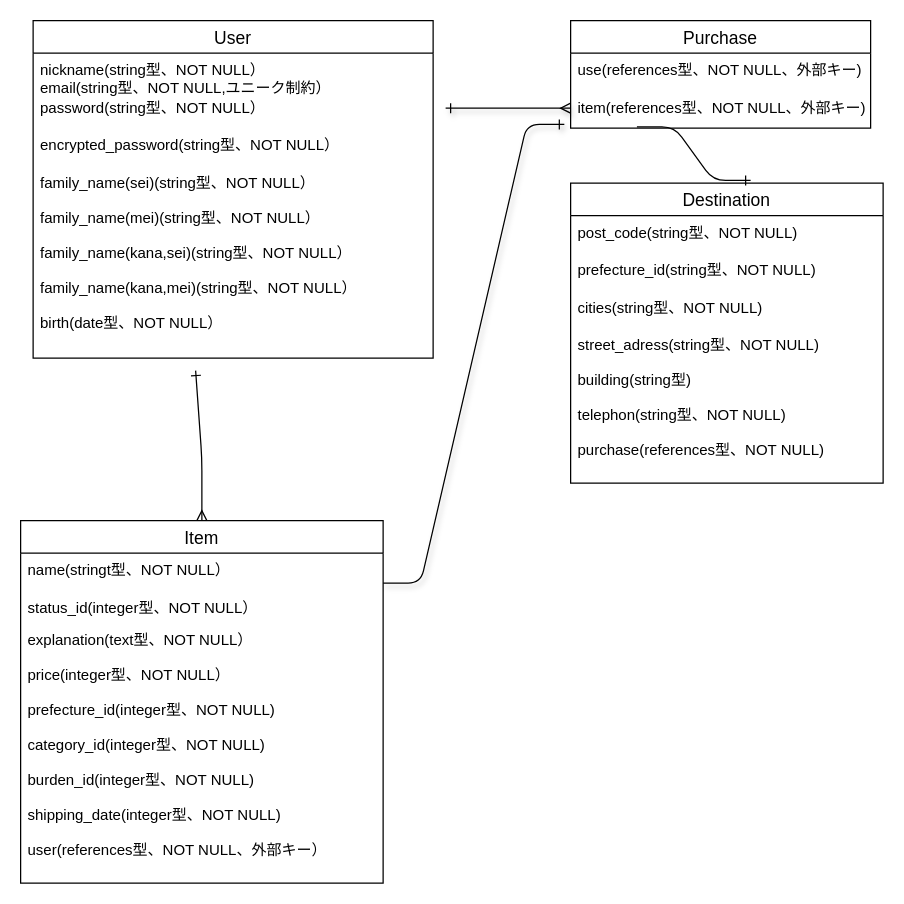
Before: test.dio in tenntenn6/furima-39959, a draw.io diagram. Source tidied: cells renumbered, new cells numbered last; positions are measured from the earlier drawing's top-left corner, leaving out a move shared by most shapes. Both pictures are drawn from the tidied source at 125%, with x=0, y=0 at pixel (20, 20).
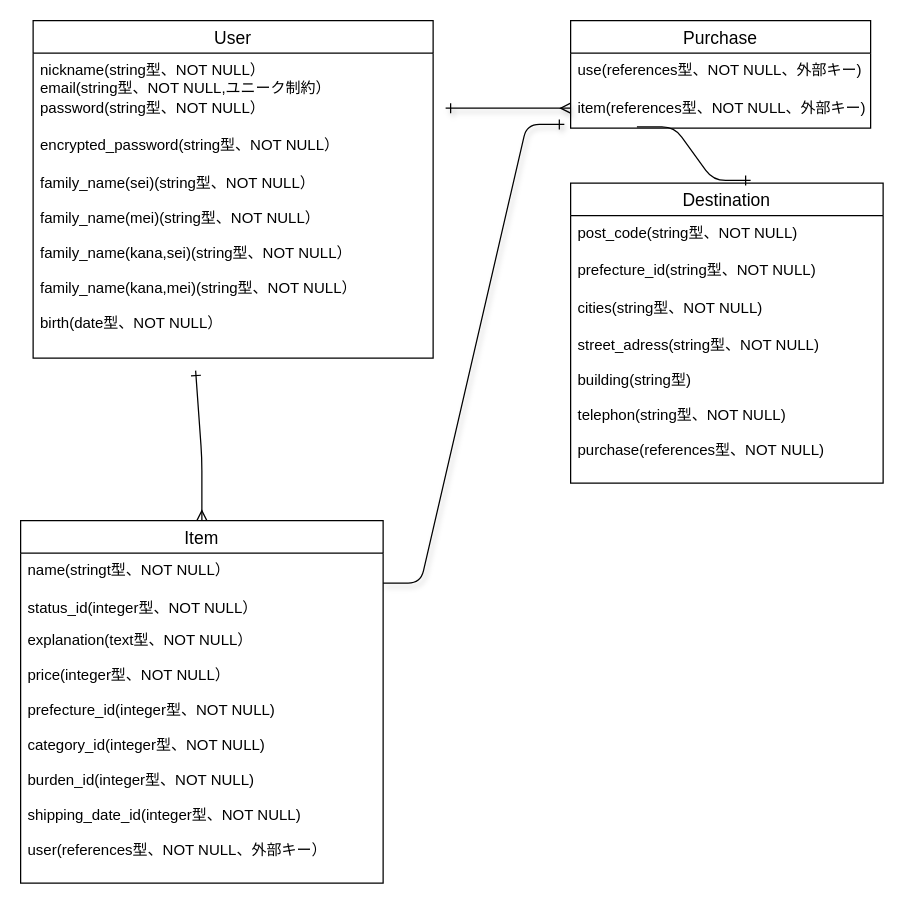
The same diagram, later.

The change refers to these unchanged cells:
```xml
<mxCell id="8" value="Item" style="swimlane;fontStyle=0;horizontal=1;startSize=26;align=center;fontSize=14;" parent="1" vertex="1">
  <mxGeometry y="400" width="290" height="290" as="geometry" />
</mxCell>
```

Diff of the diagram source:
```diff
@@
-    <mxCell id="11" value="explanation(text型、NOT NULL）&#10;&#10;price(integer型、NOT NULL）&#10;&#10;prefecture_id(integer型、NOT NULL)&#10;&#10;category_id(integer型、NOT NULL)&#10;&#10;burden_id(integer型、NOT NULL)&#10;&#10;shipping_date(integer型、NOT NULL)&#10;&#10;user(references型、NOT NULL、外部キー）&#10;&#10;&#10;&#10;" style="text;strokeColor=none;fillColor=none;spacingLeft=4;spacingRight=4;overflow=hidden;fontSize=12;" parent="8" vertex="1">
+    <mxCell id="11" value="explanation(text型、NOT NULL）&#10;&#10;price(integer型、NOT NULL）&#10;&#10;prefecture_id(integer型、NOT NULL)&#10;&#10;category_id(integer型、NOT NULL)&#10;&#10;burden_id(integer型、NOT NULL)&#10;&#10;shipping_date_id(integer型、NOT NULL)&#10;&#10;user(references型、NOT NULL、外部キー）&#10;&#10;&#10;&#10;" style="text;strokeColor=none;fillColor=none;spacingLeft=4;spacingRight=4;overflow=hidden;fontSize=12;" parent="8" vertex="1">
       <mxGeometry y="82" width="290" height="208" as="geometry" />
     </mxCell>
```
